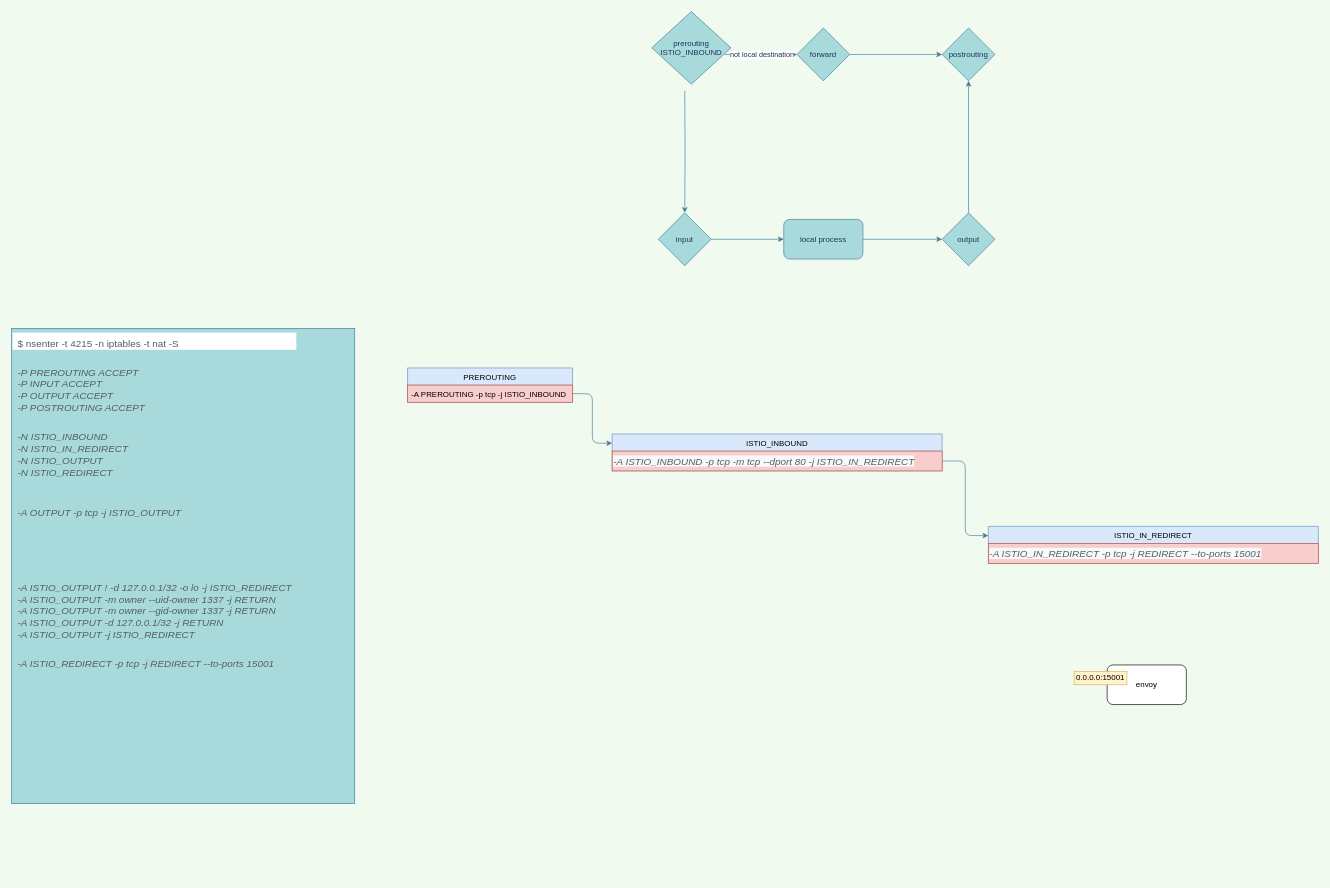
This is istio_sidecar_iptables_rules.drawio from xu1zhou/Documents, a draw.io file, before an edit. Source tidied: cells renumbered, new cells numbered last; positions are measured from the earlier drawing's top-left corner, leaving out a move shared by most shapes. Both pictures are drawn from the tidied source at 66%, with x=0, y=0 at pixel (11, 11).
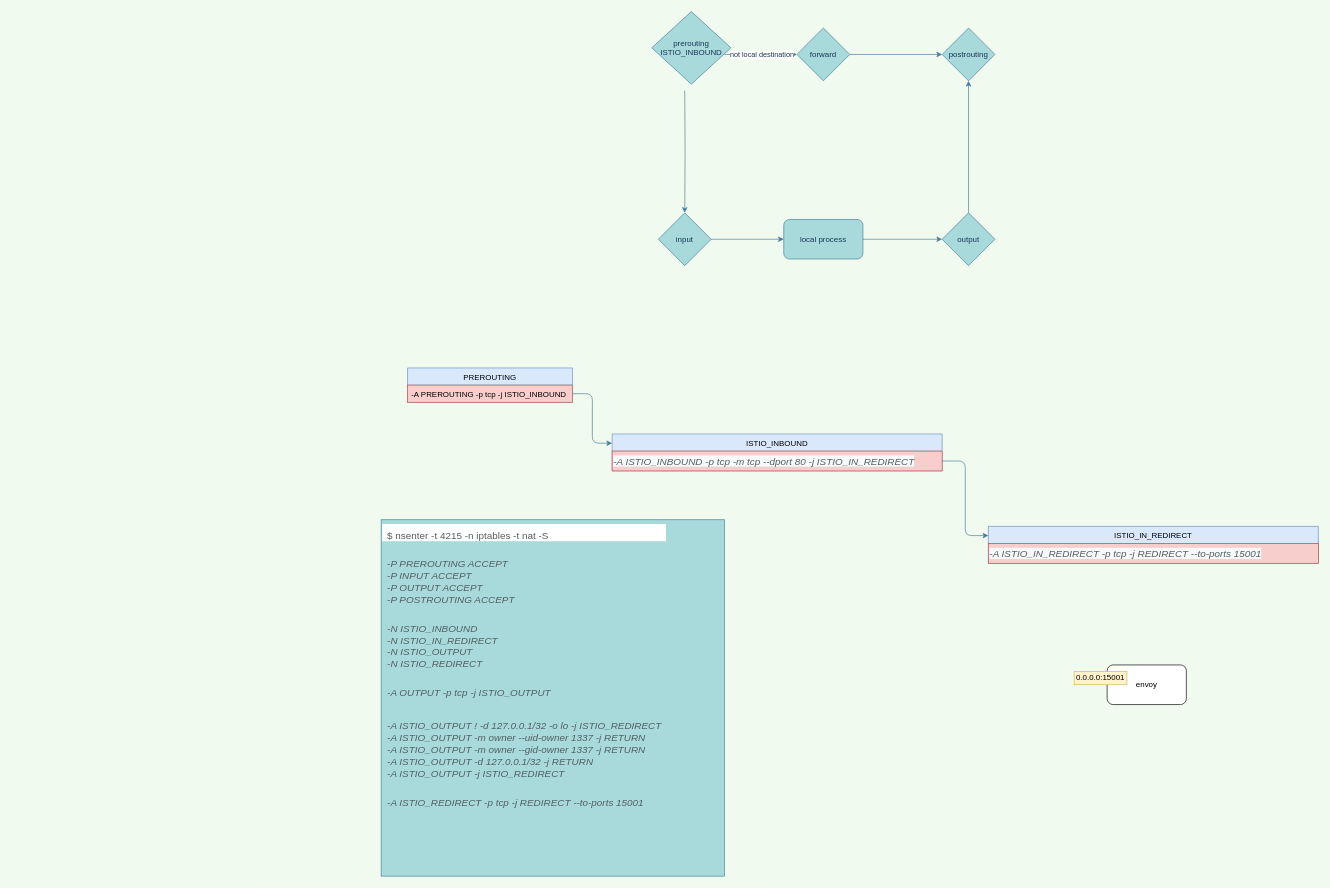
Above is the later version.

Change to the diagram source:
```diff
@@
-    <mxCell id="2" value="&lt;div class=&quot;command&quot; style=&quot;box-sizing: border-box ; margin: 0px ; padding: 0.5em 0.5em 0px ; border: 0px ; font-style: normal ; font-weight: 400 ; font-stretch: inherit ; line-height: inherit ; vertical-align: baseline ; color: rgb(83 , 95 , 97) ; letter-spacing: normal ; text-align: left ; text-indent: 0px ; text-transform: none ; word-spacing: 0px ; background-color: rgb(255 , 255 , 255) ; font-size: 15px&quot;&gt;&lt;font style=&quot;font-size: 15px&quot;&gt;$ nsenter -t 4215 -n iptables -t nat -S&lt;br&gt;&lt;/font&gt;&lt;/div&gt;&lt;div class=&quot;output&quot; style=&quot;box-sizing: border-box ; margin: 0px ; padding: 0px 0.5em 0.5em ; border: 0px ; font-style: italic ; font-weight: 400 ; font-stretch: inherit ; line-height: inherit ; vertical-align: baseline ; color: rgb(83 , 95 , 97) ; float: left ; clear: left ; min-width: 100% ; letter-spacing: normal ; text-align: left ; text-indent: 0px ; text-transform: none ; word-spacing: 0px ; font-size: 15px&quot;&gt;&lt;font style=&quot;font-size: 15px&quot;&gt;&lt;br&gt;&lt;/font&gt;&lt;/div&gt;&lt;div class=&quot;output&quot; style=&quot;box-sizing: border-box ; margin: 0px ; padding: 0px 0.5em 0.5em ; border: 0px ; font-style: italic ; font-weight: 400 ; font-stretch: inherit ; line-height: inherit ; vertical-align: baseline ; color: rgb(83 , 95 , 97) ; float: left ; clear: left ; min-width: 100% ; letter-spacing: normal ; text-align: left ; text-indent: 0px ; text-transform: none ; word-spacing: 0px ; font-size: 15px&quot;&gt;&lt;font style=&quot;font-size: 15px&quot;&gt;-P PREROUTING ACCEPT&lt;br&gt;-P INPUT ACCEPT&lt;br&gt;-P OUTPUT ACCEPT&lt;br&gt;-P POSTROUTING ACCEPT&lt;br&gt;&lt;br&gt;&lt;/font&gt;&lt;/div&gt;&lt;div class=&quot;output&quot; style=&quot;box-sizing: border-box ; margin: 0px ; padding: 0px 0.5em 0.5em ; border: 0px ; font-style: italic ; font-weight: 400 ; font-stretch: inherit ; line-height: inherit ; vertical-align: baseline ; color: rgb(83 , 95 , 97) ; float: left ; clear: left ; min-width: 100% ; letter-spacing: normal ; text-align: left ; text-indent: 0px ; text-transform: none ; word-spacing: 0px ; font-size: 15px&quot;&gt;&lt;font style=&quot;font-size: 15px&quot;&gt;-N ISTIO_INBOUND&lt;br&gt;-N ISTIO_IN_REDIRECT&lt;br&gt;-N ISTIO_OUTPUT&lt;br&gt;-N ISTIO_REDIRECT&lt;br&gt;&lt;br&gt;&lt;/font&gt;&lt;/div&gt;&lt;br&gt;&lt;div class=&quot;output&quot; style=&quot;box-sizing: border-box ; margin: 0px ; padding: 0px 0.5em 0.5em ; border: 0px ; font-style: italic ; font-weight: 400 ; font-stretch: inherit ; line-height: inherit ; vertical-align: baseline ; color: rgb(83 , 95 , 97) ; float: left ; clear: left ; min-width: 100% ; letter-spacing: normal ; text-align: left ; text-indent: 0px ; text-transform: none ; word-spacing: 0px ; font-size: 15px&quot;&gt;&lt;font style=&quot;font-size: 15px&quot;&gt;&lt;br&gt;-A OUTPUT -p tcp -j ISTIO_OUTPUT&lt;/font&gt;&lt;/div&gt;&lt;div class=&quot;output&quot; style=&quot;box-sizing: border-box ; margin: 0px ; padding: 0px 0.5em 0.5em ; border: 0px ; font-style: italic ; font-weight: 400 ; font-stretch: inherit ; line-height: inherit ; vertical-align: baseline ; color: rgb(83 , 95 , 97) ; float: left ; clear: left ; min-width: 100% ; letter-spacing: normal ; text-align: left ; text-indent: 0px ; text-transform: none ; word-spacing: 0px ; font-size: 15px&quot;&gt;&lt;font style=&quot;font-size: 15px&quot;&gt;&lt;br&gt;&lt;br&gt;&lt;/font&gt;&lt;/div&gt;&lt;div class=&quot;output&quot; style=&quot;box-sizing: border-box ; margin: 0px ; padding: 0px 0.5em 0.5em ; border: 0px ; font-style: italic ; font-weight: 400 ; font-stretch: inherit ; line-height: inherit ; vertical-align: baseline ; color: rgb(83 , 95 , 97) ; float: left ; clear: left ; min-width: 100% ; letter-spacing: normal ; text-align: left ; text-indent: 0px ; text-transform: none ; word-spacing: 0px ; font-size: 15px&quot;&gt;&lt;font style=&quot;font-size: 15px&quot;&gt;&lt;br&gt;&lt;br&gt;&lt;/font&gt;&lt;/div&gt;&lt;div class=&quot;output&quot; style=&quot;box-sizing: border-box ; margin: 0px ; padding: 0px 0.5em 0.5em ; border: 0px ; font-style: italic ; font-weight: 400 ; font-stretch: inherit ; line-height: inherit ; vertical-align: baseline ; color: rgb(83 , 95 , 97) ; float: left ; clear: left ; min-width: 100% ; letter-spacing: normal ; text-align: left ; text-indent: 0px ; text-transform: none ; word-spacing: 0px ; font-size: 15px&quot;&gt;&lt;font style=&quot;font-size: 15px&quot;&gt;-A ISTIO_OUTPUT ! -d 127.0.0.1/32 -o lo -j ISTIO_REDIRECT&lt;br&gt;-A ISTIO_OUTPUT -m owner --uid-owner 1337 -j RETURN&lt;br&gt;-A ISTIO_OUTPUT -m owner --gid-owner 1337 -j RETURN&lt;br&gt;-A ISTIO_OUTPUT -d 127.0.0.1/32 -j RETURN&lt;br&gt;-A ISTIO_OUTPUT -j ISTIO_REDIRECT&lt;br&gt;&lt;br&gt;&lt;/font&gt;&lt;/div&gt;&lt;div class=&quot;output&quot; style=&quot;box-sizing: border-box ; margin: 0px ; padding: 0px 0.5em 0.5em ; border: 0px ; font-style: italic ; font-weight: 400 ; font-stretch: inherit ; line-height: inherit ; vertical-align: baseline ; color: rgb(83 , 95 , 97) ; float: left ; clear: left ; min-width: 100% ; letter-spacing: normal ; text-align: left ; text-indent: 0px ; text-transform: none ; word-spacing: 0px ; font-size: 15px&quot;&gt;&lt;font style=&quot;font-size: 15px&quot;&gt;-A ISTIO_REDIRECT -p tcp -j REDIRECT --to-ports 15001&lt;/font&gt;&lt;/div&gt;&lt;div class=&quot;output&quot; style=&quot;box-sizing: border-box ; margin: 0px ; padding: 0px 0.5em 0.5em ; border: 0px ; font-style: italic ; font-weight: 400 ; font-stretch: inherit ; line-height: inherit ; vertical-align: baseline ; color: rgb(83 , 95 , 97) ; float: left ; clear: left ; min-width: 100% ; letter-spacing: normal ; text-align: left ; text-indent: 0px ; text-transform: none ; word-spacing: 0px ; font-size: 15px&quot;&gt;&lt;font style=&quot;font-size: 15px&quot;&gt;&lt;br&gt;&lt;/font&gt;&lt;/div&gt;&lt;div class=&quot;output&quot; style=&quot;box-sizing: border-box ; margin: 0px ; padding: 0px 0.5em 0.5em ; border: 0px ; font-style: italic ; font-weight: 400 ; font-stretch: inherit ; line-height: inherit ; vertical-align: baseline ; color: rgb(83 , 95 , 97) ; float: left ; clear: left ; min-width: 100% ; letter-spacing: normal ; text-align: left ; text-indent: 0px ; text-transform: none ; word-spacing: 0px ; font-size: 15px&quot;&gt;&lt;font style=&quot;font-size: 15px&quot;&gt;&lt;br&gt;&lt;/font&gt;&lt;/div&gt;&lt;div class=&quot;output&quot; style=&quot;box-sizing: border-box ; margin: 0px ; padding: 0px 0.5em 0.5em ; border: 0px ; font-style: italic ; font-weight: 400 ; font-stretch: inherit ; line-height: inherit ; vertical-align: baseline ; color: rgb(83 , 95 , 97) ; float: left ; clear: left ; min-width: 100% ; letter-spacing: normal ; text-align: left ; text-indent: 0px ; text-transform: none ; word-spacing: 0px ; font-size: 15px&quot;&gt;&lt;font style=&quot;font-size: 15px&quot;&gt;&lt;br&gt;&lt;/font&gt;&lt;/div&gt;" style="text;whiteSpace=wrap;html=1;fillColor=#A8DADC;strokeColor=#457B9D;fontColor=#1D3557;" parent="1" vertex="1">
-      <mxGeometry y="480" width="520" height="720" as="geometry" />
+    <mxCell id="2" value="&lt;div class=&quot;command&quot; style=&quot;box-sizing: border-box ; margin: 0px ; padding: 0.5em 0.5em 0px ; border: 0px ; font-style: normal ; font-weight: 400 ; font-stretch: inherit ; line-height: inherit ; vertical-align: baseline ; color: rgb(83 , 95 , 97) ; letter-spacing: normal ; text-align: left ; text-indent: 0px ; text-transform: none ; word-spacing: 0px ; background-color: rgb(255 , 255 , 255) ; font-size: 15px&quot;&gt;&lt;font style=&quot;font-size: 15px&quot;&gt;$ nsenter -t 4215 -n iptables -t nat -S&lt;br&gt;&lt;/font&gt;&lt;/div&gt;&lt;div class=&quot;output&quot; style=&quot;box-sizing: border-box ; margin: 0px ; padding: 0px 0.5em 0.5em ; border: 0px ; font-style: italic ; font-weight: 400 ; font-stretch: inherit ; line-height: inherit ; vertical-align: baseline ; color: rgb(83 , 95 , 97) ; float: left ; clear: left ; min-width: 100% ; letter-spacing: normal ; text-align: left ; text-indent: 0px ; text-transform: none ; word-spacing: 0px ; font-size: 15px&quot;&gt;&lt;font style=&quot;font-size: 15px&quot;&gt;&lt;br&gt;&lt;/font&gt;&lt;/div&gt;&lt;div class=&quot;output&quot; style=&quot;box-sizing: border-box ; margin: 0px ; padding: 0px 0.5em 0.5em ; border: 0px ; font-style: italic ; font-weight: 400 ; font-stretch: inherit ; line-height: inherit ; vertical-align: baseline ; color: rgb(83 , 95 , 97) ; float: left ; clear: left ; min-width: 100% ; letter-spacing: normal ; text-align: left ; text-indent: 0px ; text-transform: none ; word-spacing: 0px ; font-size: 15px&quot;&gt;&lt;font style=&quot;font-size: 15px&quot;&gt;-P PREROUTING ACCEPT&lt;br&gt;-P INPUT ACCEPT&lt;br&gt;-P OUTPUT ACCEPT&lt;br&gt;-P POSTROUTING ACCEPT&lt;br&gt;&lt;br&gt;&lt;/font&gt;&lt;/div&gt;&lt;div class=&quot;output&quot; style=&quot;box-sizing: border-box ; margin: 0px ; padding: 0px 0.5em 0.5em ; border: 0px ; font-style: italic ; font-weight: 400 ; font-stretch: inherit ; line-height: inherit ; vertical-align: baseline ; color: rgb(83 , 95 , 97) ; float: left ; clear: left ; min-width: 100% ; letter-spacing: normal ; text-align: left ; text-indent: 0px ; text-transform: none ; word-spacing: 0px ; font-size: 15px&quot;&gt;&lt;font style=&quot;font-size: 15px&quot;&gt;-N ISTIO_INBOUND&lt;br&gt;-N ISTIO_IN_REDIRECT&lt;br&gt;-N ISTIO_OUTPUT&lt;br&gt;-N ISTIO_REDIRECT&lt;br&gt;&lt;br&gt;&lt;/font&gt;&lt;/div&gt;&lt;div class=&quot;output&quot; style=&quot;box-sizing: border-box ; margin: 0px ; padding: 0px 0.5em 0.5em ; border: 0px ; font-style: italic ; font-weight: 400 ; font-stretch: inherit ; line-height: inherit ; vertical-align: baseline ; color: rgb(83 , 95 , 97) ; float: left ; clear: left ; min-width: 100% ; letter-spacing: normal ; text-align: left ; text-indent: 0px ; text-transform: none ; word-spacing: 0px ; font-size: 15px&quot;&gt;&lt;font style=&quot;font-size: 15px&quot;&gt;-A OUTPUT -p tcp -j ISTIO_OUTPUT&lt;/font&gt;&lt;/div&gt;&lt;div class=&quot;output&quot; style=&quot;box-sizing: border-box ; margin: 0px ; padding: 0px 0.5em 0.5em ; border: 0px ; font-style: italic ; font-weight: 400 ; font-stretch: inherit ; line-height: inherit ; vertical-align: baseline ; color: rgb(83 , 95 , 97) ; float: left ; clear: left ; min-width: 100% ; letter-spacing: normal ; text-align: left ; text-indent: 0px ; text-transform: none ; word-spacing: 0px ; font-size: 15px&quot;&gt;&lt;font style=&quot;font-size: 15px&quot;&gt;&lt;br&gt;&lt;/font&gt;&lt;/div&gt;&lt;div class=&quot;output&quot; style=&quot;box-sizing: border-box ; margin: 0px ; padding: 0px 0.5em 0.5em ; border: 0px ; font-style: italic ; font-weight: 400 ; font-stretch: inherit ; line-height: inherit ; vertical-align: baseline ; color: rgb(83 , 95 , 97) ; float: left ; clear: left ; min-width: 100% ; letter-spacing: normal ; text-align: left ; text-indent: 0px ; text-transform: none ; word-spacing: 0px ; font-size: 15px&quot;&gt;&lt;font style=&quot;font-size: 15px&quot;&gt;-A ISTIO_OUTPUT ! -d 127.0.0.1/32 -o lo -j ISTIO_REDIRECT&lt;br&gt;-A ISTIO_OUTPUT -m owner --uid-owner 1337 -j RETURN&lt;br&gt;-A ISTIO_OUTPUT -m owner --gid-owner 1337 -j RETURN&lt;br&gt;-A ISTIO_OUTPUT -d 127.0.0.1/32 -j RETURN&lt;br&gt;-A ISTIO_OUTPUT -j ISTIO_REDIRECT&lt;br&gt;&lt;br&gt;&lt;/font&gt;&lt;/div&gt;&lt;div class=&quot;output&quot; style=&quot;box-sizing: border-box ; margin: 0px ; padding: 0px 0.5em 0.5em ; border: 0px ; font-style: italic ; font-weight: 400 ; font-stretch: inherit ; line-height: inherit ; vertical-align: baseline ; color: rgb(83 , 95 , 97) ; float: left ; clear: left ; min-width: 100% ; letter-spacing: normal ; text-align: left ; text-indent: 0px ; text-transform: none ; word-spacing: 0px ; font-size: 15px&quot;&gt;&lt;font style=&quot;font-size: 15px&quot;&gt;-A ISTIO_REDIRECT -p tcp -j REDIRECT --to-ports 15001&lt;/font&gt;&lt;/div&gt;" style="text;whiteSpace=wrap;html=1;fillColor=#A8DADC;strokeColor=#457B9D;fontColor=#1D3557;" parent="1" vertex="1">
+      <mxGeometry x="560" y="770" width="520" height="540" as="geometry" />
     </mxCell>
```
